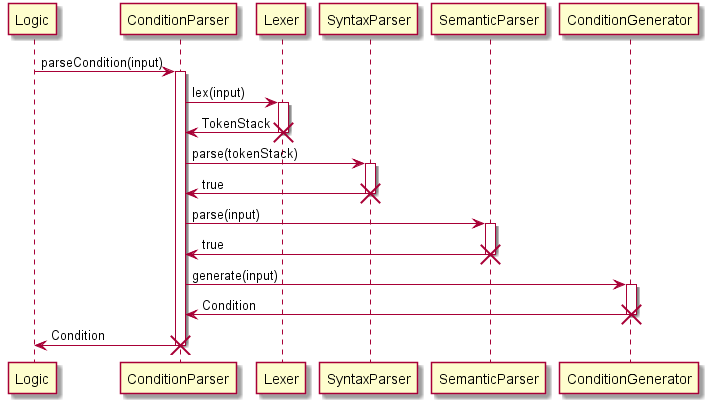
This is docs/images/mainSequence.png from CS2103JAN2018-F09-B3/addressbook-level4, a PlantUML export, as it was before one commit. The source it was exported from:
```plantuml
@startuml
Logic -> ConditionParser : parseCondition(input)
activate ConditionParser

ConditionParser -> Lexer : lex(input)
activate Lexer

Lexer -> ConditionParser : TokenStack
destroy Lexer

ConditionParser -> SyntaxParser : parse(tokenStack)
activate SyntaxParser

SyntaxParser -> ConditionParser : true
destroy SyntaxParser

ConditionParser -> SemanticParser : parse(input)
activate SemanticParser

SemanticParser -> ConditionParser : true
destroy SemanticParser

ConditionParser -> ConditionGenerator : generate(input)
activate ConditionGenerator

ConditionGenerator -> ConditionParser : Condition
destroy ConditionGenerator

ConditionParser -> Logic : Condition
destroy ConditionParser
@enduml
```
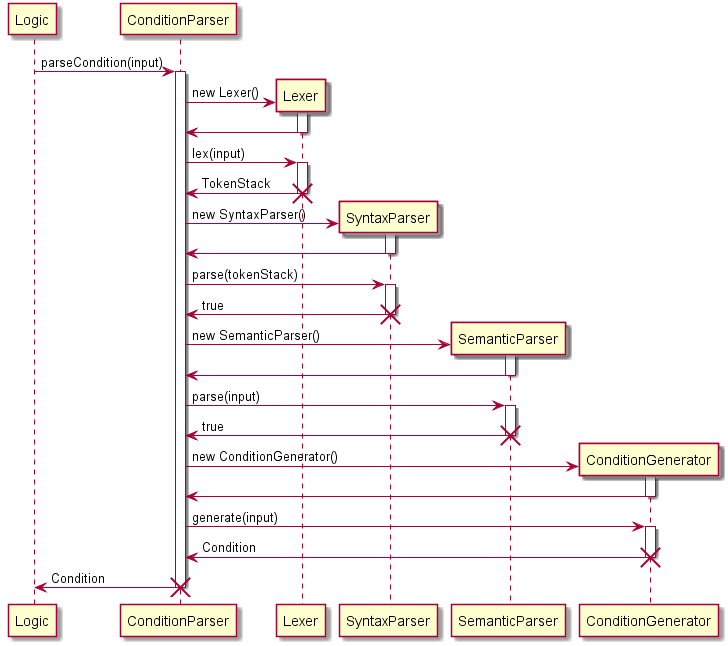
The same file after the commit.

Commit message:
UserGuide.adoc: Fix UML sequence diagrams on ConditionParser

Diff of the diagram source:
```diff
@@ -1,6 +1,12 @@
 @startuml
 Logic -> ConditionParser : parseCondition(input)
 activate ConditionParser
+
+create Lexer
+ConditionParser -> Lexer : new Lexer()
+activate Lexer
+Lexer -> ConditionParser
+deactivate Lexer
 
 ConditionParser -> Lexer : lex(input)
 activate Lexer
@@ -8,17 +14,35 @@
 Lexer -> ConditionParser : TokenStack
 destroy Lexer
 
+create SyntaxParser
+ConditionParser -> SyntaxParser : new SyntaxParser()
+activate SyntaxParser
+SyntaxParser -> ConditionParser
+deactivate SyntaxParser
+
 ConditionParser -> SyntaxParser : parse(tokenStack)
 activate SyntaxParser
 
 SyntaxParser -> ConditionParser : true
 destroy SyntaxParser
 
+create SemanticParser
+ConditionParser -> SemanticParser : new SemanticParser()
+activate SemanticParser
+SemanticParser -> ConditionParser
+deactivate SemanticParser
+
 ConditionParser -> SemanticParser : parse(input)
 activate SemanticParser
 
 SemanticParser -> ConditionParser : true
 destroy SemanticParser
+
+create ConditionGenerator
+ConditionParser -> ConditionGenerator : new ConditionGenerator()
+activate ConditionGenerator
+ConditionGenerator -> ConditionParser
+deactivate ConditionGenerator
 
 ConditionParser -> ConditionGenerator : generate(input)
 activate ConditionGenerator
```
